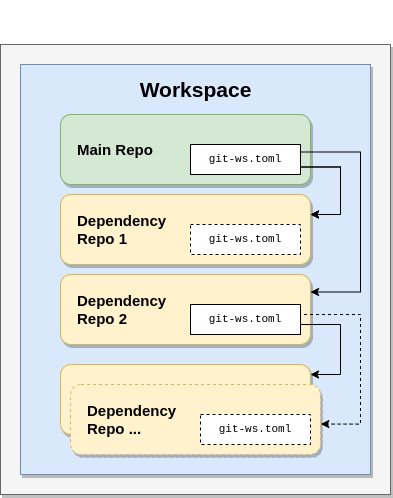
Earlier version of the draw.io export docs/images/workspace.png (c0fec0de/git-ws). Source tidied: cells renumbered, new cells last; positions are measured from the earlier drawing's top-left corner, leaving out a move shared by most shapes.
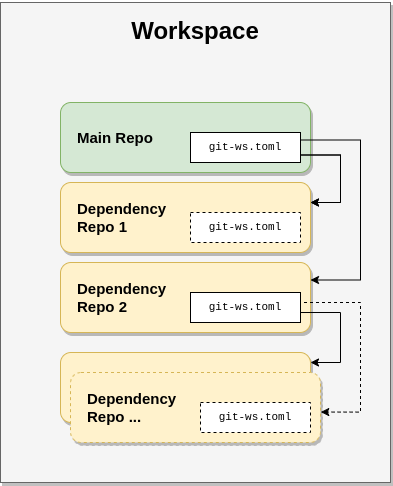
After the change.

What changed in the source:
```diff
@@ -3,17 +3,14 @@
     <mxCell id="0" />
     <mxCell id="1" parent="0" />
     <mxCell id="2" style="rounded=0;whiteSpace=wrap;html=1;fillColor=#f5f5f5;fontColor=#333333;strokeColor=#666666;shadow=1;" parent="1" vertex="1">
-      <mxGeometry width="390" height="450" as="geometry" />
+      <mxGeometry y="-30" width="390" height="480" as="geometry" />
     </mxCell>
-    <mxCell id="3" value="&lt;h1&gt;&lt;br&gt;&lt;/h1&gt;" style="whiteSpace=wrap;html=1;align=center;imageVerticalAlign=middle;direction=east;labelPosition=center;verticalLabelPosition=top;verticalAlign=bottom;fillColor=#dae8fc;strokeColor=#6c8ebf;movableLabel=1;shadow=1;" parent="1" vertex="1">
-      <mxGeometry x="20" y="20" width="350" height="410" as="geometry" />
+    <mxCell id="3" value="&lt;h1&gt;Workspace&lt;/h1&gt;" style="whiteSpace=wrap;html=1;align=center;imageVerticalAlign=middle;direction=east;labelPosition=center;verticalLabelPosition=top;verticalAlign=bottom;fillColor=none;strokeColor=none;movableLabel=1;shadow=0;" parent="1" vertex="1">
+      <mxGeometry x="20" y="32" width="350" height="410" as="geometry" />
     </mxCell>
     <mxCell id="4" value="Main Repo" style="rounded=1;whiteSpace=wrap;html=1;fillColor=#d5e8d4;strokeColor=#82b366;fontStyle=1;shadow=1;align=left;spacingLeft=15;fontSize=15;" parent="1" vertex="1">
       <mxGeometry x="60" y="70" width="250" height="70" as="geometry" />
     </mxCell>
-    <mxCell id="5" value="&lt;h1 style=&quot;font-size: 21px;&quot;&gt;&lt;font style=&quot;font-size: 21px;&quot;&gt;Workspace&lt;/font&gt;&lt;/h1&gt;" style="text;html=1;align=center;verticalAlign=middle;fillColor=none;strokeColor=none;rounded=0;fontSize=21;" parent="1" vertex="1">
-      <mxGeometry x="125" y="10" width="140" height="70" as="geometry" />
-    </mxCell>
     <mxCell id="6" style="edgeStyle=orthogonalEdgeStyle;rounded=0;jettySize=auto;html=1;fontFamily=Courier New;fontSize=15;exitX=1;exitY=0.75;exitDx=0;exitDy=0;" parent="1" edge="1" source="7" target="8">
       <mxGeometry relative="1" as="geometry">
         <Array as="points">
```
